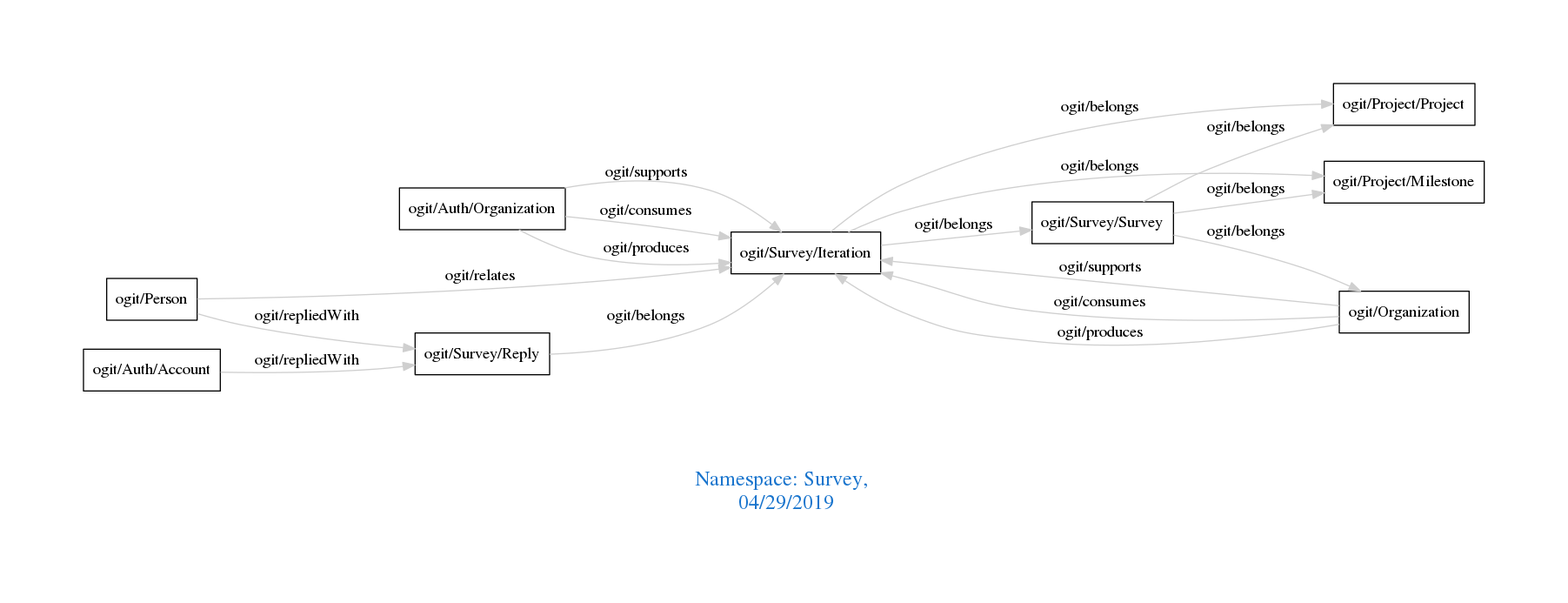
arago/OGIT keeps this Graphviz diagram as downloads/Survey.png. Above is the earlier version. Its source is kept beside it as downloads/Survey.dot.
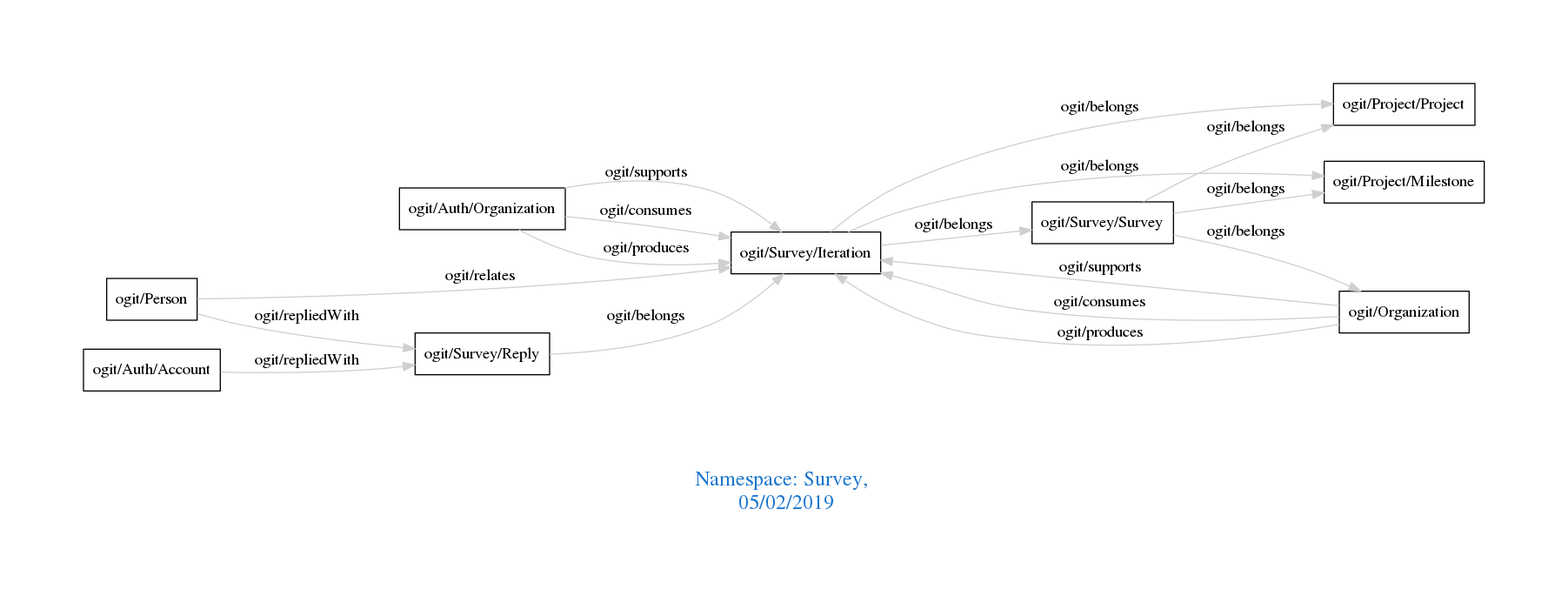
After the change.

Diff of the diagram source:
```diff
@@ -1,7 +1,7 @@
 digraph OGIT_ontology {
  graph [ rankdir= LR,pad=1
 fontsize = 18,
-fontcolor= dodgerblue3,label = "\n\n\nNamespace: Survey, \n 04/29/2019"];
+fontcolor= dodgerblue3,label = "\n\n\nNamespace: Survey, \n 05/02/2019"];
 node[shape=polygon];
 edge [  color="gray81"];
 
```
